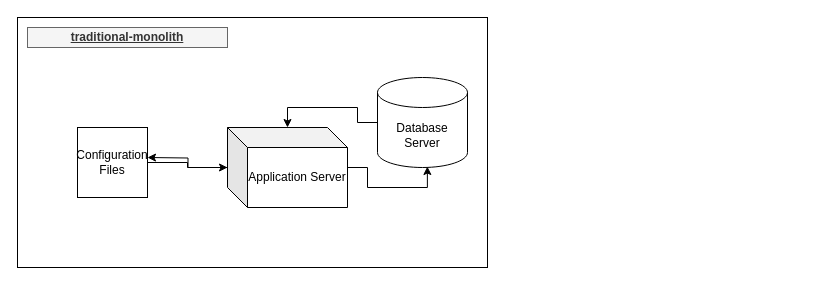
This is traditional-monolith.drawio from omhmichaels/dockerized-deployment-pipelines, a draw.io file, before an edit. Source tidied: cells renumbered, new cells numbered last; positions are measured from the earlier drawing's top-left corner, leaving out a move shared by most shapes. Both pictures are drawn from the tidied source at 100%, with x=0, y=0 at pixel (17, 17).
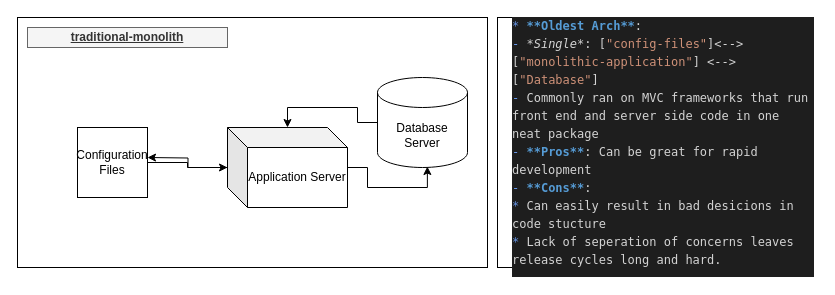
The same diagram, later.

Change to the diagram source:
```diff
@@
 <mxGraphModel>
   <root>
     <mxCell id="0" />
     <mxCell id="1" parent="0" />
     <mxCell id="2" style="rounded=0;whiteSpace=wrap;html=1;" parent="1" vertex="1">
       <mxGeometry width="470" height="250" as="geometry" />
     </mxCell>
     <mxCell id="3" value="&lt;p&gt;&lt;b&gt;&lt;u&gt;traditional-monolith&lt;/u&gt;&lt;/b&gt;&lt;/p&gt;" style="text;html=1;strokeColor=#666666;align=center;verticalAlign=middle;whiteSpace=wrap;rounded=0;fillColor=#f5f5f5;fontColor=#333333;" parent="1" vertex="1">
       <mxGeometry x="10" y="10" width="200" height="20" as="geometry" />
     </mxCell>
     <mxCell id="4" parent="0" />
     <mxCell id="5" style="edgeStyle=orthogonalEdgeStyle;rounded=0;jettySize=auto;html=1;" parent="4" edge="1" source="6" target="9">
       <mxGeometry relative="1" as="geometry">
         <Array as="points">
           <mxPoint x="340" y="105" />
           <mxPoint x="340" y="90" />
           <mxPoint x="270" y="90" />
         </Array>
       </mxGeometry>
     </mxCell>
     <mxCell id="6" value="Database Server" style="shape=cylinder3;whiteSpace=wrap;html=1;boundedLbl=1;backgroundOutline=1;size=15;fillColor=#ffffff;" parent="4" vertex="1">
       <mxGeometry x="360" y="60" width="90" height="90" as="geometry" />
     </mxCell>
     <mxCell id="7" style="edgeStyle=orthogonalEdgeStyle;rounded=0;jettySize=auto;html=1;entryX=0.554;entryY=0.989;entryDx=0;entryDy=0;entryPerimeter=0;" parent="4" edge="1" source="9" target="6">
       <mxGeometry relative="1" as="geometry" />
     </mxCell>
     <mxCell id="8" style="edgeStyle=orthogonalEdgeStyle;rounded=0;jettySize=auto;html=1;" parent="4" edge="1" source="9">
       <mxGeometry relative="1" as="geometry">
         <mxPoint x="130" y="140" as="targetPoint" />
       </mxGeometry>
     </mxCell>
     <mxCell id="9" value="Application Server" style="shape=cube;whiteSpace=wrap;html=1;boundedLbl=1;backgroundOutline=1;darkOpacity=0.05;darkOpacity2=0.1;fillColor=#ffffff;" parent="4" vertex="1">
       <mxGeometry x="210" y="110" width="120" height="80" as="geometry" />
     </mxCell>
     <mxCell id="10" style="edgeStyle=orthogonalEdgeStyle;rounded=0;jettySize=auto;html=1;" parent="4" edge="1" source="11" target="9">
       <mxGeometry relative="1" as="geometry" />
     </mxCell>
     <mxCell id="11" value="Configuration Files" style="whiteSpace=wrap;html=1;fillColor=#ffffff;" parent="4" vertex="1">
       <mxGeometry x="60" y="110" width="70" height="70" as="geometry" />
     </mxCell>
     <mxCell id="12" style="endArrow=classic;startArrow=classic;html=1;strokeColor=#457B9D;fillColor=#A8DADC;fontColor=#1D3557;" parent="4" edge="1" source="9">
       <mxGeometry relative="1" as="geometry">
         <mxPoint x="210" y="150" as="targetPoint" />
       </mxGeometry>
     </mxCell>
+    <mxCell id="13" parent="0" />
+    <mxCell id="14" style="whiteSpace=wrap;html=1;" parent="13" vertex="1">
+      <mxGeometry x="480" width="250" height="250" as="geometry" />
+    </mxCell>
+    <mxCell id="15" value="&lt;div style=&quot;color: rgb(212, 212, 212); background-color: rgb(30, 30, 30); font-family: menlo, monaco, &amp;quot;courier new&amp;quot;, monospace; font-weight: normal; font-size: 12px; line-height: 18px;&quot;&gt;&lt;div&gt;&lt;span style=&quot;color: #6796e6&quot;&gt;*&lt;/span&gt;&lt;span style=&quot;color: #d4d4d4&quot;&gt; &lt;/span&gt;&lt;span style=&quot;color: #569cd6 ; font-weight: bold&quot;&gt;**Oldest Arch**&lt;/span&gt;&lt;span style=&quot;color: #d4d4d4&quot;&gt;: &lt;/span&gt;&lt;/div&gt;&lt;div&gt;&lt;span style=&quot;color: #d4d4d4&quot;&gt;    &lt;/span&gt;&lt;span style=&quot;color: #6796e6&quot;&gt;-&lt;/span&gt;&lt;span style=&quot;color: #d4d4d4&quot;&gt; &lt;/span&gt;&lt;span style=&quot;color: #d4d4d4 ; font-style: italic&quot;&gt;*Single*&lt;/span&gt;&lt;span style=&quot;color: #d4d4d4&quot;&gt;: &lt;/span&gt;&lt;span style=&quot;color: #d4d4d4&quot;&gt;[&lt;/span&gt;&lt;span style=&quot;color: #ce9178&quot;&gt;&quot;config-files&quot;&lt;/span&gt;&lt;span style=&quot;color: #d4d4d4&quot;&gt;]&lt;/span&gt;&lt;span style=&quot;color: #d4d4d4&quot;&gt;&amp;lt;--&amp;gt;&lt;/span&gt;&lt;span style=&quot;color: #d4d4d4&quot;&gt;[&lt;/span&gt;&lt;span style=&quot;color: #ce9178&quot;&gt;&quot;monolithic-application&quot;&lt;/span&gt;&lt;span style=&quot;color: #d4d4d4&quot;&gt;]&lt;/span&gt;&lt;span style=&quot;color: #d4d4d4&quot;&gt; &amp;lt;--&amp;gt; &lt;/span&gt;&lt;span style=&quot;color: #d4d4d4&quot;&gt;[&lt;/span&gt;&lt;span style=&quot;color: #ce9178&quot;&gt;&quot;Database&quot;&lt;/span&gt;&lt;span style=&quot;color: #d4d4d4&quot;&gt;]&lt;/span&gt;&lt;span style=&quot;color: #d4d4d4&quot;&gt; &lt;/span&gt;&lt;/div&gt;&lt;div&gt;&lt;span style=&quot;color: #d4d4d4&quot;&gt;    &lt;/span&gt;&lt;span style=&quot;color: #6796e6&quot;&gt;-&lt;/span&gt;&lt;span style=&quot;color: #d4d4d4&quot;&gt; Commonly ran on MVC frameworks that run front end and server side code in one neat package&lt;/span&gt;&lt;/div&gt;&lt;div&gt;&lt;span style=&quot;color: #d4d4d4&quot;&gt;    &lt;/span&gt;&lt;span style=&quot;color: #6796e6&quot;&gt;-&lt;/span&gt;&lt;span style=&quot;color: #d4d4d4&quot;&gt; &lt;/span&gt;&lt;span style=&quot;color: #569cd6 ; font-weight: bold&quot;&gt;**Pros**&lt;/span&gt;&lt;span style=&quot;color: #d4d4d4&quot;&gt;: Can be great for rapid development&lt;/span&gt;&lt;/div&gt;&lt;div&gt;&lt;span style=&quot;color: #d4d4d4&quot;&gt;    &lt;/span&gt;&lt;span style=&quot;color: #6796e6&quot;&gt;-&lt;/span&gt;&lt;span style=&quot;color: #d4d4d4&quot;&gt; &lt;/span&gt;&lt;span style=&quot;color: #569cd6 ; font-weight: bold&quot;&gt;**Cons**&lt;/span&gt;&lt;span style=&quot;color: #d4d4d4&quot;&gt;: &lt;/span&gt;&lt;/div&gt;&lt;div&gt;&lt;span style=&quot;color: #d4d4d4&quot;&gt;      &lt;/span&gt;&lt;span style=&quot;color: #6796e6&quot;&gt;*&lt;/span&gt;&lt;span style=&quot;color: #d4d4d4&quot;&gt; Can easily result in bad desicions in code stucture&lt;/span&gt;&lt;/div&gt;&lt;div&gt;&lt;span style=&quot;color: #d4d4d4&quot;&gt;      &lt;/span&gt;&lt;span style=&quot;color: #6796e6&quot;&gt;*&lt;/span&gt;&lt;span style=&quot;color: #d4d4d4&quot;&gt; Lack of seperation of concerns leaves release cycles long and hard.&lt;/span&gt;&lt;/div&gt;&lt;br&gt;&lt;/div&gt;" style="text;html=1;strokeColor=none;fillColor=none;spacing=5;spacingTop=-20;whiteSpace=wrap;overflow=hidden;rounded=0;" parent="13" vertex="1">
+      <mxGeometry x="490" y="10" width="310" height="250" as="geometry" />
+    </mxCell>
   </root>
 </mxGraphModel>
```
